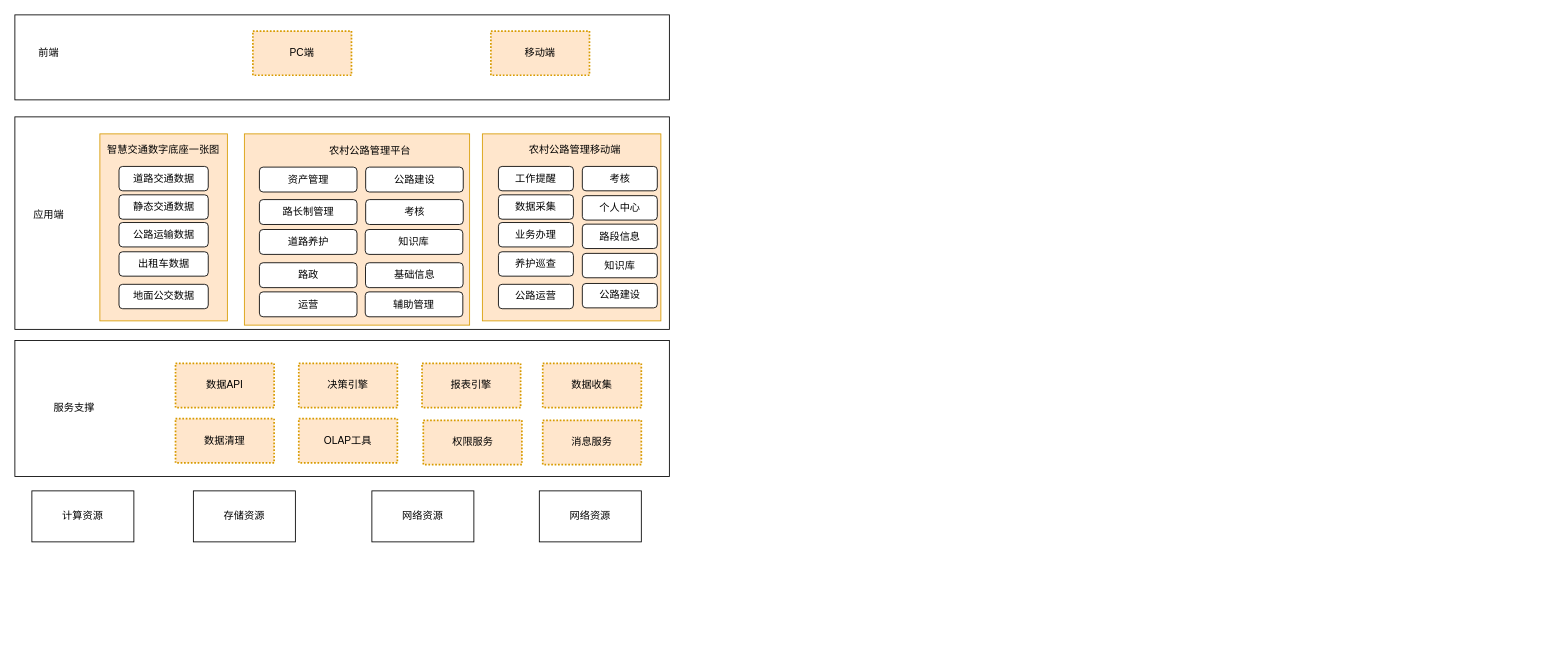
This is 总体架构完成.drawio from mylvlin/flow, a draw.io file, before an edit. Source tidied: cells renumbered, new cells numbered last; positions are measured from the earlier drawing's top-left corner, leaving out a move shared by most shapes. Both pictures are drawn from the tidied source at 85%, with x=0, y=0 at pixel (14, 14).
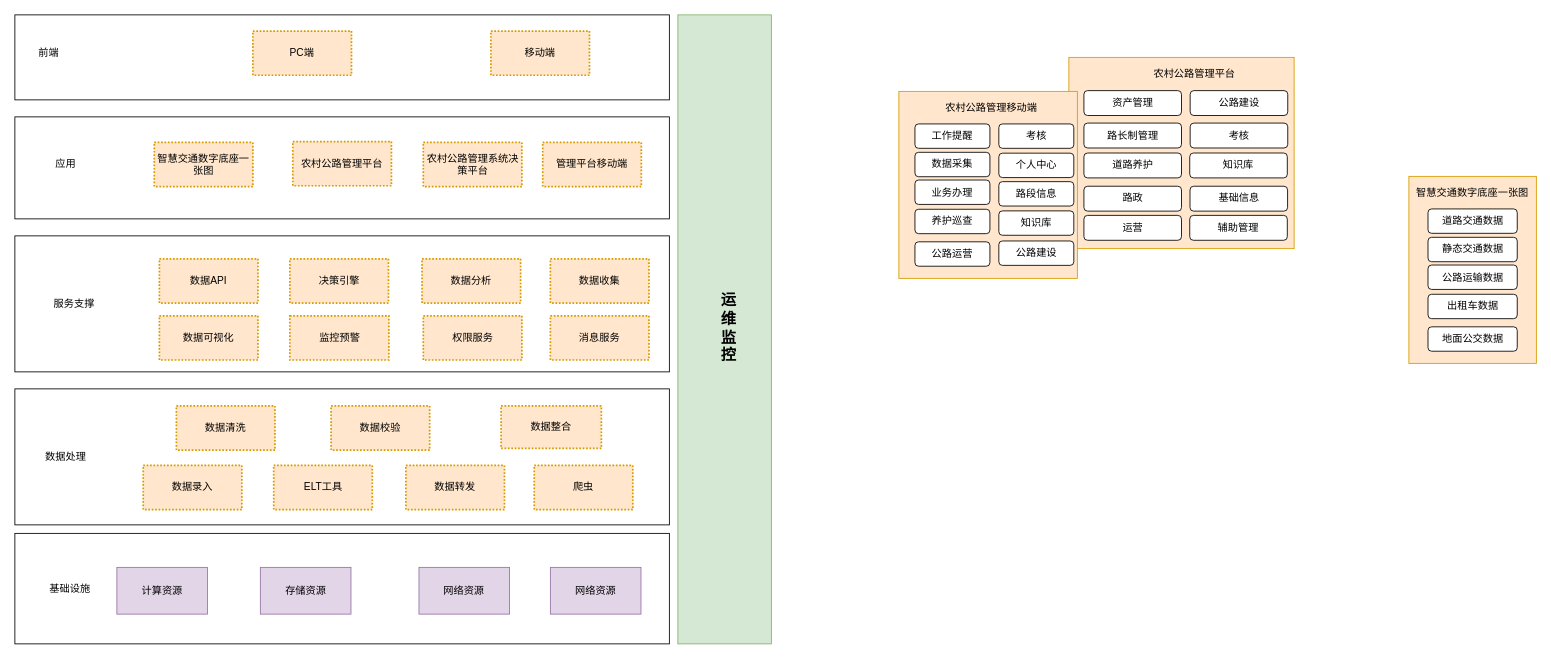
The same diagram, later.

Commit message (it also covers changes not shown here):
更新总体架构完成.drawio

The edit, as a diff of the source:
```diff
@@
-    <mxCell id="2" style="rounded=0;whiteSpace=wrap;html=1;" parent="1" vertex="1">
-      <mxGeometry y="120" width="770" height="250" as="geometry" />
-    </mxCell>
     <mxCell id="3" style="group;" parent="1" vertex="1">
-      <mxGeometry x="100" y="140" width="150" height="220" as="geometry" />
+      <mxGeometry x="1640" y="190" width="150" height="220" as="geometry" />
     </mxCell>
@@
-    <mxCell id="11" value="计算资源" style="rounded=0;whiteSpace=wrap;html=1;" parent="1" vertex="1">
-      <mxGeometry x="20" y="560" width="120" height="60" as="geometry" />
-    </mxCell>
-    <mxCell id="12" value="存储资源" style="rounded=0;whiteSpace=wrap;html=1;" parent="1" vertex="1">
-      <mxGeometry x="210" y="560" width="120" height="60" as="geometry" />
-    </mxCell>
-    <mxCell id="13" value="网络资源" style="rounded=0;whiteSpace=wrap;html=1;" parent="1" vertex="1">
-      <mxGeometry x="420" y="560" width="120" height="60" as="geometry" />
-    </mxCell>
-    <mxCell id="14" value="网络资源" style="rounded=0;whiteSpace=wrap;html=1;" parent="1" vertex="1">
-      <mxGeometry x="617" y="560" width="120" height="60" as="geometry" />
-    </mxCell>
-    <mxCell id="15" style="rounded=0;whiteSpace=wrap;html=1;" parent="1" vertex="1">
-      <mxGeometry y="383" width="770" height="160" as="geometry" />
-    </mxCell>
-    <mxCell id="16" value="数据收集" style="rounded=0;whiteSpace=wrap;html=1;dashed=1;dashPattern=1 1;strokeColor=#d79b00;strokeWidth=2;fillColor=#ffe6cc;" parent="1" vertex="1">
-      <mxGeometry x="621" y="410" width="116" height="52" as="geometry" />
-    </mxCell>
-    <mxCell id="17" value="权限服务" style="rounded=0;whiteSpace=wrap;html=1;dashed=1;dashPattern=1 1;strokeColor=#d79b00;strokeWidth=2;fillColor=#ffe6cc;" parent="1" vertex="1">
-      <mxGeometry x="480.5" y="477" width="116" height="52" as="geometry" />
-    </mxCell>
-    <mxCell id="18" value="消息服务" style="rounded=0;whiteSpace=wrap;html=1;dashed=1;dashPattern=1 1;strokeColor=#d79b00;strokeWidth=2;fillColor=#ffe6cc;" parent="1" vertex="1">
-      <mxGeometry x="621" y="477" width="116" height="52" as="geometry" />
-    </mxCell>
-    <mxCell id="19" value="数据API" style="rounded=0;whiteSpace=wrap;html=1;dashed=1;dashPattern=1 1;strokeColor=#d79b00;strokeWidth=2;fillColor=#ffe6cc;" parent="1" vertex="1">
-      <mxGeometry x="189" y="410" width="116" height="52" as="geometry" />
-    </mxCell>
-    <mxCell id="20" value="决策引擎" style="rounded=0;whiteSpace=wrap;html=1;dashed=1;dashPattern=1 1;strokeColor=#d79b00;strokeWidth=2;fillColor=#ffe6cc;" parent="1" vertex="1">
-      <mxGeometry x="334" y="410" width="116" height="52" as="geometry" />
-    </mxCell>
-    <mxCell id="21" value="报表引擎" style="rounded=0;whiteSpace=wrap;html=1;dashed=1;dashPattern=1 1;strokeColor=#d79b00;strokeWidth=2;fillColor=#ffe6cc;" parent="1" vertex="1">
-      <mxGeometry x="479" y="410" width="116" height="52" as="geometry" />
-    </mxCell>
-    <mxCell id="22" value="数据清理" style="rounded=0;whiteSpace=wrap;html=1;dashed=1;dashPattern=1 1;strokeColor=#d79b00;strokeWidth=2;fillColor=#ffe6cc;" parent="1" vertex="1">
-      <mxGeometry x="189" y="475" width="116" height="52" as="geometry" />
-    </mxCell>
-    <mxCell id="23" value="OLAP工具" style="rounded=0;whiteSpace=wrap;html=1;dashed=1;dashPattern=1 1;strokeColor=#d79b00;strokeWidth=2;fillColor=#ffe6cc;" parent="1" vertex="1">
-      <mxGeometry x="334" y="475" width="116" height="52" as="geometry" />
-    </mxCell>
-    <mxCell id="24" value="服务支撑" style="text;html=1;strokeColor=none;fillColor=none;align=center;verticalAlign=middle;whiteSpace=wrap;rounded=0;" parent="1" vertex="1">
-      <mxGeometry x="40" y="449" width="60" height="28" as="geometry" />
-    </mxCell>
@@
     <mxCell id="29" style="group;" parent="1" vertex="1">
-      <mxGeometry x="270" y="140" width="265" height="225" as="geometry" />
+      <mxGeometry x="1240" y="50" width="265" height="225" as="geometry" />
     </mxCell>
@@
     <mxCell id="43" style="group;" parent="1" vertex="1">
-      <mxGeometry x="550" y="140" width="210" height="220" as="geometry" />
+      <mxGeometry x="1040" y="90" width="210" height="220" as="geometry" />
     </mxCell>
@@
+    <mxCell id="57" style="group;" parent="1" vertex="1">
+      <mxGeometry y="120" width="800" height="120" as="geometry" />
+    </mxCell>
+    <mxCell id="2" style="rounded=0;whiteSpace=wrap;html=1;" parent="57" vertex="1">
+      <mxGeometry width="770" height="120" as="geometry" />
+    </mxCell>
-    <mxCell id="56" value="应用端" style="text;html=1;strokeColor=none;fillColor=none;align=center;verticalAlign=middle;whiteSpace=wrap;rounded=0;" parent="1" vertex="1">
-      <mxGeometry x="10" y="220" width="60" height="30" as="geometry" />
+    <mxCell id="56" value="应用" style="text;html=1;strokeColor=none;fillColor=none;align=center;verticalAlign=middle;whiteSpace=wrap;rounded=0;" parent="57" vertex="1">
+      <mxGeometry x="30" y="40" width="60" height="30" as="geometry" />
     </mxCell>
+    <mxCell id="58" value="智慧交通数字底座一张图" style="rounded=0;whiteSpace=wrap;html=1;dashed=1;dashPattern=1 1;strokeColor=#d79b00;strokeWidth=2;fillColor=#ffe6cc;" parent="57" vertex="1">
+      <mxGeometry x="164" y="30" width="116" height="52" as="geometry" />
+    </mxCell>
+    <mxCell id="59" value="管理平台移动端" style="rounded=0;whiteSpace=wrap;html=1;dashed=1;dashPattern=1 1;strokeColor=#d79b00;strokeWidth=2;fillColor=#ffe6cc;" parent="57" vertex="1">
+      <mxGeometry x="621" y="30" width="116" height="52" as="geometry" />
+    </mxCell>
+    <mxCell id="60" value="农村公路管理平台" style="rounded=0;whiteSpace=wrap;html=1;dashed=1;dashPattern=1 1;strokeColor=#d79b00;strokeWidth=2;fillColor=#ffe6cc;" parent="57" vertex="1">
+      <mxGeometry x="327" y="29" width="116" height="52" as="geometry" />
+    </mxCell>
+    <mxCell id="61" value="农村公路管理系统决策平台" style="rounded=0;whiteSpace=wrap;html=1;dashed=1;dashPattern=1 1;strokeColor=#d79b00;strokeWidth=2;fillColor=#ffe6cc;" parent="57" vertex="1">
+      <mxGeometry x="480.5" y="30" width="116" height="52" as="geometry" />
+    </mxCell>
+    <mxCell id="62" style="group;" parent="1" vertex="1">
+      <mxGeometry y="260" width="770" height="160" as="geometry" />
+    </mxCell>
+    <mxCell id="15" style="rounded=0;whiteSpace=wrap;html=1;" parent="62" vertex="1">
+      <mxGeometry width="770" height="160" as="geometry" />
+    </mxCell>
+    <mxCell id="16" value="数据收集" style="rounded=0;whiteSpace=wrap;html=1;dashed=1;dashPattern=1 1;strokeColor=#d79b00;strokeWidth=2;fillColor=#ffe6cc;" parent="62" vertex="1">
+      <mxGeometry x="630" y="27" width="116" height="52" as="geometry" />
+    </mxCell>
+    <mxCell id="17" value="权限服务" style="rounded=0;whiteSpace=wrap;html=1;dashed=1;dashPattern=1 1;strokeColor=#d79b00;strokeWidth=2;fillColor=#ffe6cc;" parent="62" vertex="1">
+      <mxGeometry x="480.5" y="94" width="116" height="52" as="geometry" />
+    </mxCell>
+    <mxCell id="18" value="消息服务" style="rounded=0;whiteSpace=wrap;html=1;dashed=1;dashPattern=1 1;strokeColor=#d79b00;strokeWidth=2;fillColor=#ffe6cc;" parent="62" vertex="1">
+      <mxGeometry x="630" y="94" width="116" height="52" as="geometry" />
+    </mxCell>
+    <mxCell id="19" value="数据API" style="rounded=0;whiteSpace=wrap;html=1;dashed=1;dashPattern=1 1;strokeColor=#d79b00;strokeWidth=2;fillColor=#ffe6cc;" parent="62" vertex="1">
+      <mxGeometry x="170" y="27" width="116" height="52" as="geometry" />
+    </mxCell>
+    <mxCell id="20" value="决策引擎" style="rounded=0;whiteSpace=wrap;html=1;dashed=1;dashPattern=1 1;strokeColor=#d79b00;strokeWidth=2;fillColor=#ffe6cc;" parent="62" vertex="1">
+      <mxGeometry x="323.5" y="27" width="116" height="52" as="geometry" />
+    </mxCell>
+    <mxCell id="21" value="数据分析" style="rounded=0;whiteSpace=wrap;html=1;dashed=1;dashPattern=1 1;strokeColor=#d79b00;strokeWidth=2;fillColor=#ffe6cc;" parent="62" vertex="1">
+      <mxGeometry x="479" y="27" width="116" height="52" as="geometry" />
+    </mxCell>
+    <mxCell id="24" value="服务支撑" style="text;html=1;strokeColor=none;fillColor=none;align=center;verticalAlign=middle;whiteSpace=wrap;rounded=0;" parent="62" vertex="1">
+      <mxGeometry x="40" y="66" width="60" height="28" as="geometry" />
+    </mxCell>
+    <mxCell id="63" value="数据可视化" style="rounded=0;whiteSpace=wrap;html=1;dashed=1;dashPattern=1 1;strokeColor=#d79b00;strokeWidth=2;fillColor=#ffe6cc;" parent="62" vertex="1">
+      <mxGeometry x="170" y="94" width="116" height="52" as="geometry" />
+    </mxCell>
+    <mxCell id="64" value="监控预警" style="rounded=0;whiteSpace=wrap;html=1;dashed=1;dashPattern=1 1;strokeColor=#d79b00;strokeWidth=2;fillColor=#ffe6cc;" parent="62" vertex="1">
+      <mxGeometry x="323.5" y="94" width="116.5" height="52" as="geometry" />
+    </mxCell>
+    <mxCell id="65" style="group;" parent="1" vertex="1">
+      <mxGeometry x="780" width="110" height="740" as="geometry" />
+    </mxCell>
+    <mxCell id="66" style="rounded=0;whiteSpace=wrap;html=1;fillColor=#d5e8d4;strokeColor=#82b366;" parent="65" vertex="1">
+      <mxGeometry width="110" height="740" as="geometry" />
+    </mxCell>
+    <mxCell id="67" value="运维监控" style="text;html=1;strokeColor=none;fillColor=none;align=center;verticalAlign=middle;whiteSpace=wrap;rounded=0;fontStyle=1;fontSize=18;" parent="65" vertex="1">
+      <mxGeometry x="50" y="88" width="20" height="562.7" as="geometry" />
+    </mxCell>
+    <mxCell id="68" style="group;" parent="1" vertex="1">
+      <mxGeometry y="610" width="770" height="130" as="geometry" />
+    </mxCell>
+    <mxCell id="69" style="rounded=0;whiteSpace=wrap;html=1;" parent="68" vertex="1">
+      <mxGeometry width="770" height="130" as="geometry" />
+    </mxCell>
+    <mxCell id="70" style="group;" parent="68" vertex="1">
+      <mxGeometry x="120" y="40" width="637" height="55" as="geometry" />
+    </mxCell>
+    <mxCell id="11" value="计算资源" style="rounded=0;whiteSpace=wrap;html=1;fillColor=#e1d5e7;strokeColor=#9673a6;" parent="70" vertex="1">
+      <mxGeometry width="106.6" height="55" as="geometry" />
+    </mxCell>
+    <mxCell id="12" value="存储资源" style="rounded=0;whiteSpace=wrap;html=1;fillColor=#e1d5e7;strokeColor=#9673a6;" parent="70" vertex="1">
+      <mxGeometry x="168.8" width="106.6" height="55" as="geometry" />
+    </mxCell>
+    <mxCell id="13" value="网络资源" style="rounded=0;whiteSpace=wrap;html=1;fillColor=#e1d5e7;strokeColor=#9673a6;" parent="70" vertex="1">
+      <mxGeometry x="355.4" width="106.6" height="55" as="geometry" />
+    </mxCell>
+    <mxCell id="14" value="网络资源" style="rounded=0;whiteSpace=wrap;html=1;fillColor=#e1d5e7;strokeColor=#9673a6;" parent="70" vertex="1">
+      <mxGeometry x="510" width="106.6" height="55" as="geometry" />
+    </mxCell>
+    <mxCell id="71" value="基础设施" style="text;html=1;strokeColor=none;fillColor=none;align=center;verticalAlign=middle;whiteSpace=wrap;rounded=0;" parent="68" vertex="1">
+      <mxGeometry x="30" y="51" width="70" height="29" as="geometry" />
+    </mxCell>
+    <mxCell id="72" style="group;" parent="1" vertex="1">
+      <mxGeometry y="440" width="770" height="160" as="geometry" />
+    </mxCell>
+    <mxCell id="73" style="rounded=0;whiteSpace=wrap;html=1;" parent="72" vertex="1">
+      <mxGeometry width="770" height="160" as="geometry" />
+    </mxCell>
+    <mxCell id="74" value="爬虫" style="rounded=0;whiteSpace=wrap;html=1;dashed=1;dashPattern=1 1;strokeColor=#d79b00;strokeWidth=2;fillColor=#ffe6cc;" parent="72" vertex="1">
+      <mxGeometry x="611" y="90" width="116" height="52" as="geometry" />
+    </mxCell>
+    <mxCell id="75" value="数据录入" style="rounded=0;whiteSpace=wrap;html=1;dashed=1;dashPattern=1 1;strokeColor=#d79b00;strokeWidth=2;fillColor=#ffe6cc;" parent="72" vertex="1">
+      <mxGeometry x="151" y="90" width="116" height="52" as="geometry" />
+    </mxCell>
+    <mxCell id="76" value="ELT工具" style="rounded=0;whiteSpace=wrap;html=1;dashed=1;dashPattern=1 1;strokeColor=#d79b00;strokeWidth=2;fillColor=#ffe6cc;" parent="72" vertex="1">
+      <mxGeometry x="304.5" y="90" width="116" height="52" as="geometry" />
+    </mxCell>
+    <mxCell id="77" value="数据转发" style="rounded=0;whiteSpace=wrap;html=1;dashed=1;dashPattern=1 1;strokeColor=#d79b00;strokeWidth=2;fillColor=#ffe6cc;" parent="72" vertex="1">
+      <mxGeometry x="460" y="90" width="116" height="52" as="geometry" />
+    </mxCell>
+    <mxCell id="78" value="数据处理" style="text;html=1;strokeColor=none;fillColor=none;align=center;verticalAlign=middle;whiteSpace=wrap;rounded=0;" parent="72" vertex="1">
+      <mxGeometry x="30" y="66" width="60" height="28" as="geometry" />
+    </mxCell>
+    <mxCell id="79" value="数据清洗" style="rounded=0;whiteSpace=wrap;html=1;dashed=1;dashPattern=1 1;strokeColor=#d79b00;strokeWidth=2;fillColor=#ffe6cc;" parent="72" vertex="1">
+      <mxGeometry x="190" y="20" width="116" height="52" as="geometry" />
+    </mxCell>
+    <mxCell id="80" value="数据校验" style="rounded=0;whiteSpace=wrap;html=1;dashed=1;dashPattern=1 1;strokeColor=#d79b00;strokeWidth=2;fillColor=#ffe6cc;" parent="72" vertex="1">
+      <mxGeometry x="372" y="20" width="116" height="52" as="geometry" />
+    </mxCell>
+    <mxCell id="81" value="数据整合" style="rounded=0;whiteSpace=wrap;html=1;dashed=1;dashPattern=1 1;strokeColor=#d79b00;strokeWidth=2;fillColor=#ffe6cc;" parent="72" vertex="1">
+      <mxGeometry x="572" y="20" width="118" height="50" as="geometry" />
+    </mxCell>
```
